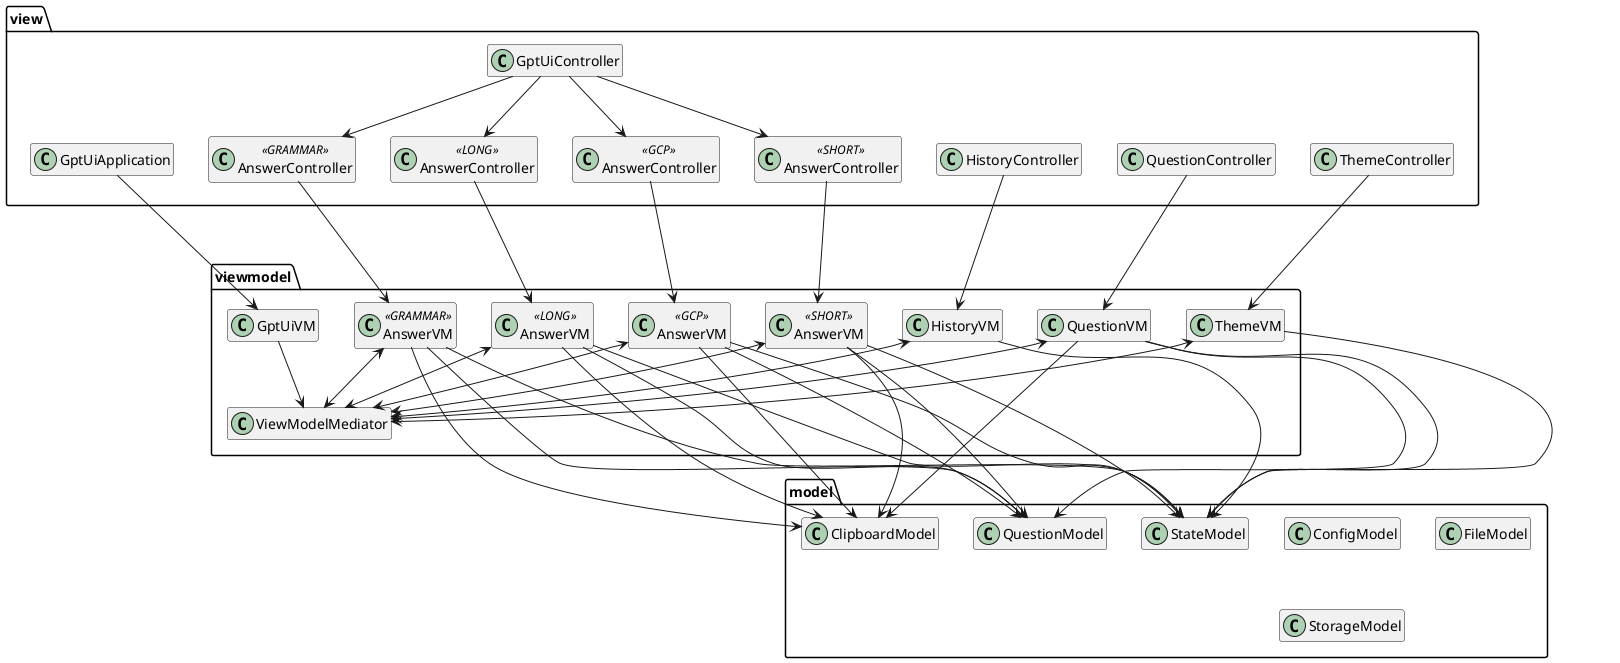
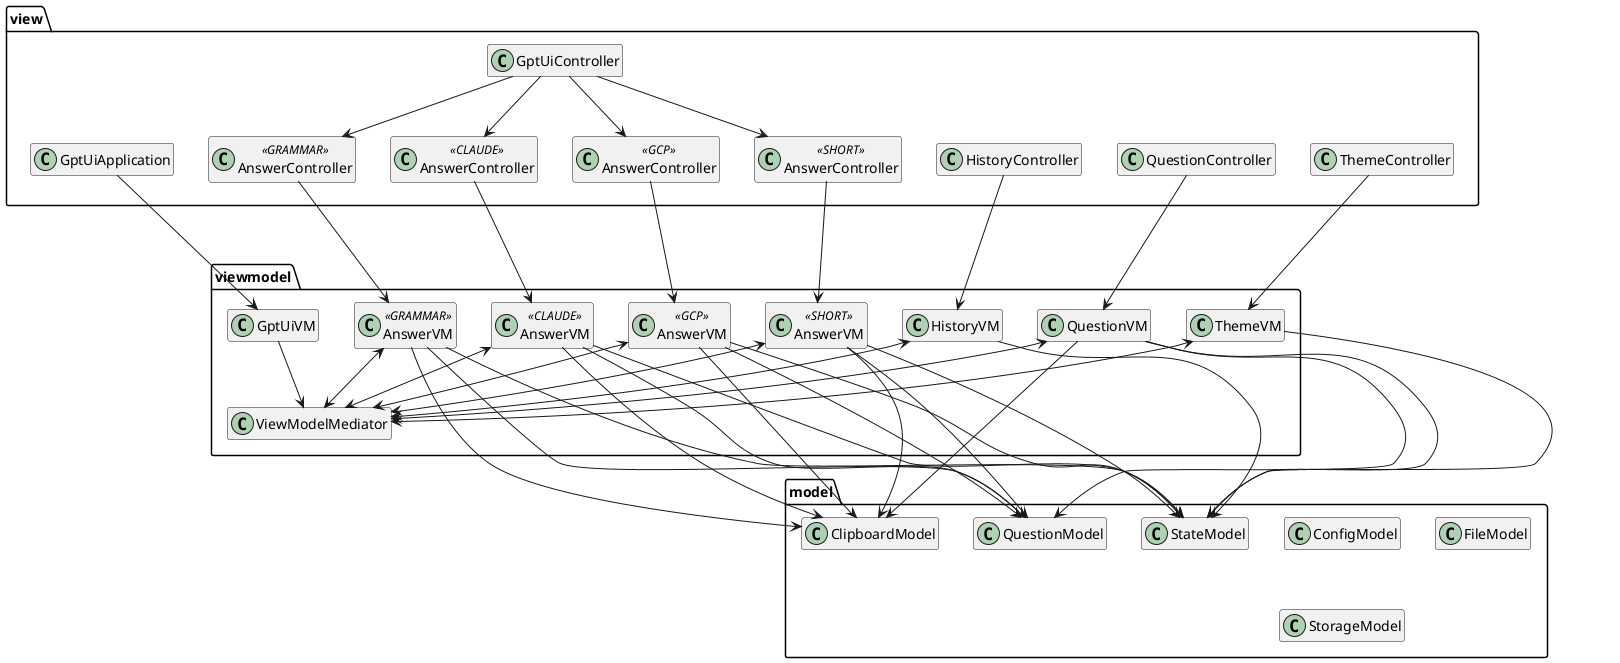
@startuml
hide empty members

package view {
    class GptUiController
    together {
        class GptUiApplication
        class "AnswerController" as grammarAnswerController <<GRAMMAR>>
        class "AnswerController" as shortAnswerController <<SHORT>>
-         class "AnswerController" as longAnswerController <<LONG>>
+         class "AnswerController" as claudeAnswerController <<CLAUDE>>
        class "AnswerController" as gcpAnswerController <<GCP>>
        class HistoryController
        class QuestionController
        class ThemeController
    }
}

package viewmodel {
    class "AnswerVM" as grammarAnswerVM <<GRAMMAR>>
    class "AnswerVM" as shortAnswerVM <<SHORT>>
-     class "AnswerVM" as longAnswerVM <<LONG>>
+     class "AnswerVM" as claudeAnswerVM <<CLAUDE>>
    class "AnswerVM" as gcpAnswerVM <<GCP>>
    class GptUiVM
    class HistoryVM
    class QuestionVM
    class ThemeVM
    class ViewModelMediator
}

package model{
    class StateModel
    class ClipboardModel
    class ConfigModel
    class FileModel
    class QuestionModel
    class StorageModel
}

ThemeController ---> ThemeVM
QuestionController ---> QuestionVM
HistoryController ---> HistoryVM
grammarAnswerController --> grammarAnswerVM
shortAnswerController --> shortAnswerVM
- longAnswerController --> longAnswerVM
+ claudeAnswerController --> claudeAnswerVM
gcpAnswerController --> gcpAnswerVM
GptUiApplication --> GptUiVM

GptUiController --> grammarAnswerController
GptUiController --> shortAnswerController
- GptUiController --> longAnswerController
+ GptUiController --> claudeAnswerController
GptUiController --> gcpAnswerController

ThemeVM <--> ViewModelMediator
QuestionVM <--> ViewModelMediator
HistoryVM <--> ViewModelMediator
GptUiVM --> ViewModelMediator
grammarAnswerVM <--> ViewModelMediator
shortAnswerVM <--> ViewModelMediator
- longAnswerVM <--> ViewModelMediator
+ claudeAnswerVM <--> ViewModelMediator
gcpAnswerVM <--> ViewModelMediator

ThemeVM ---> StateModel
HistoryVM ---> StateModel
QuestionVM ---> StateModel
QuestionVM ---> QuestionModel
QuestionVM ---> ClipboardModel

grammarAnswerVM --> StateModel
shortAnswerVM --> StateModel
- longAnswerVM --> StateModel
+ claudeAnswerVM --> StateModel
gcpAnswerVM --> StateModel

grammarAnswerVM --> QuestionModel
shortAnswerVM --> QuestionModel
- longAnswerVM --> QuestionModel
+ claudeAnswerVM --> QuestionModel
gcpAnswerVM --> QuestionModel

grammarAnswerVM --> ClipboardModel
shortAnswerVM --> ClipboardModel
- longAnswerVM --> ClipboardModel
+ claudeAnswerVM --> ClipboardModel
gcpAnswerVM --> ClipboardModel


@enduml